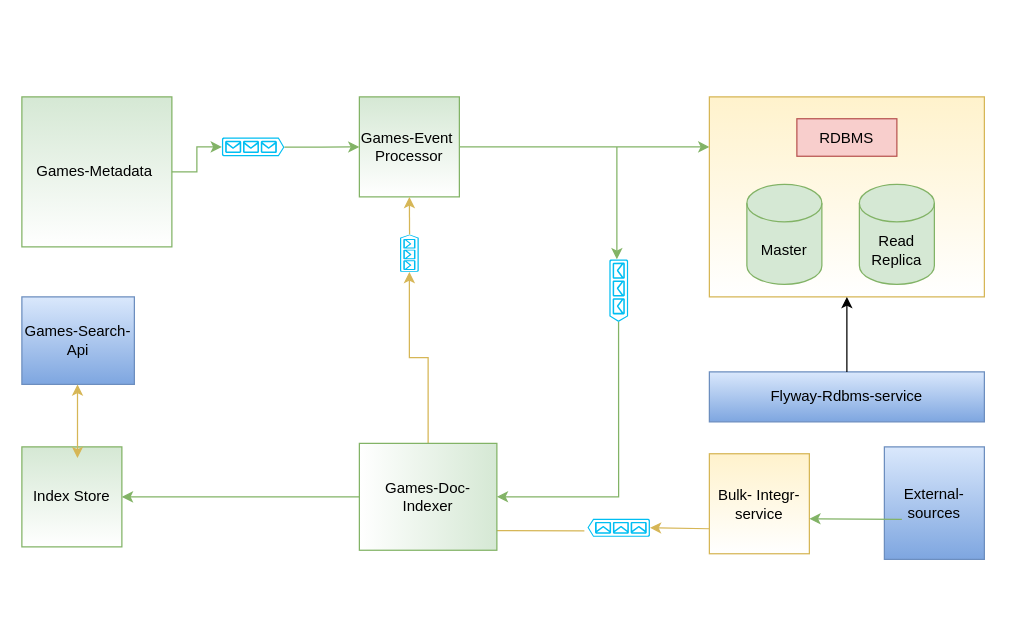
Before: src/main/resources/proposed_architecture/GamesDrawIO.drawio in sudharsanam2446/Games-Api, a draw.io diagram. Source tidied: cells renumbered, new cells numbered last; positions are measured from the earlier drawing's top-left corner, leaving out a move shared by most shapes. Both pictures are drawn from the tidied source at 125%, with x=0, y=0 at pixel (21, 96).
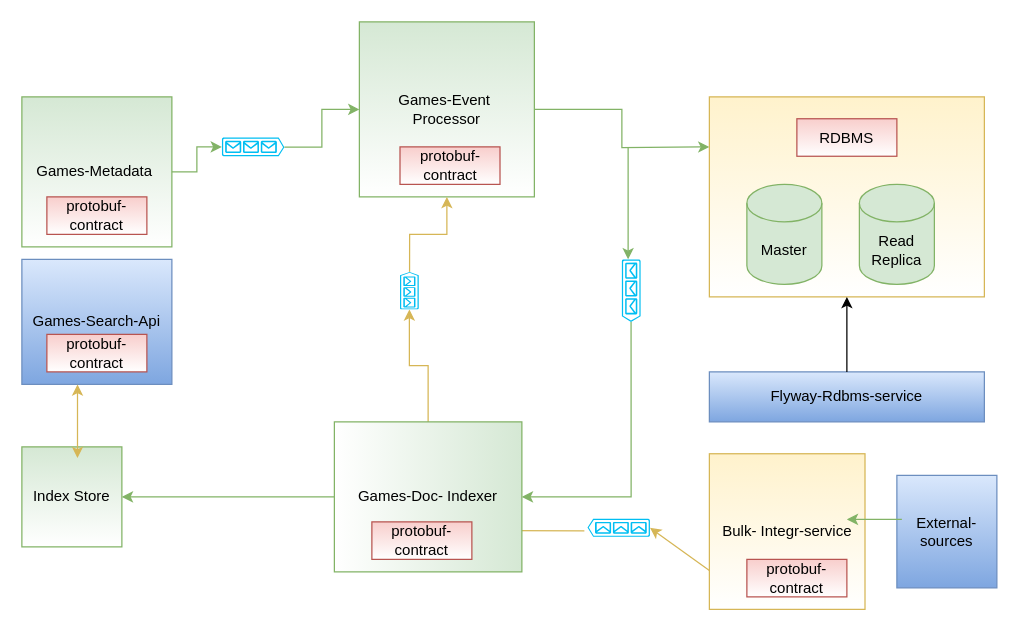
The same page after the edit.

Diff of the diagram source:
```diff
@@
     <mxCell id="5" value="Games-Event&amp;nbsp;&lt;br&gt;Processor" style="whiteSpace=wrap;html=1;fillColor=#d5e8d4;strokeColor=#82b366;gradientColor=#ffffff;" parent="1" vertex="1">
-      <mxGeometry x="270" width="80" height="80" as="geometry" />
+      <mxGeometry x="270" y="-60" width="140" height="140" as="geometry" />
     </mxCell>
@@
     <mxCell id="9" style="verticalLabelPosition=bottom;html=1;verticalAlign=top;align=center;strokeColor=none;fillColor=#00BEF2;shape=mxgraph.azure.queue_generic;direction=south;" parent="1" vertex="1">
-      <mxGeometry x="470" y="130" width="15" height="50" as="geometry" />
+      <mxGeometry x="480" y="130" width="15" height="50" as="geometry" />
     </mxCell>
     <mxCell id="10" style="endArrow=classic;html=1;fillColor=#d5e8d4;strokeColor=#82b366;" parent="1" edge="1">
-      <mxGeometry x="300" y="-80" as="geometry">
-        <mxPoint x="476" y="40" as="sourcePoint" />
-        <mxPoint x="476" y="130" as="targetPoint" />
+      <mxGeometry x="309" y="-80" as="geometry">
+        <mxPoint x="485" y="40" as="sourcePoint" />
+        <mxPoint x="485" y="130" as="targetPoint" />
       </mxGeometry>
     </mxCell>
@@
     <mxCell id="14" style="verticalLabelPosition=bottom;html=1;verticalAlign=top;align=center;strokeColor=none;fillColor=#00BEF2;shape=mxgraph.azure.queue_generic;direction=north;" parent="1" vertex="1">
-      <mxGeometry x="302.5" y="110" width="15" height="30" as="geometry" />
+      <mxGeometry x="302.5" y="140" width="15" height="30" as="geometry" />
     </mxCell>
@@
     <mxCell id="17" value="Games-Doc- Indexer" style="rounded=0;whiteSpace=wrap;html=1;direction=south;fillColor=#d5e8d4;strokeColor=#82b366;gradientColor=#ffffff;" parent="1" vertex="1">
-      <mxGeometry x="270" y="277.2" width="110" height="85.5" as="geometry" />
+      <mxGeometry x="250" y="260" width="150" height="120" as="geometry" />
     </mxCell>
     <mxCell id="18" value="Bulk- Integr-service" style="whiteSpace=wrap;html=1;fillColor=#fff2cc;strokeColor=#d6b656;gradientColor=#ffffff;" parent="1" vertex="1">
-      <mxGeometry x="550" y="285.5" width="80" height="80" as="geometry" />
+      <mxGeometry x="550" y="285.5" width="124.5" height="124.5" as="geometry" />
     </mxCell>
@@
-    <mxCell id="24" value="RDBMS" style="text;html=1;strokeColor=#b85450;fillColor=#f8cecc;align=center;verticalAlign=middle;whiteSpace=wrap;rounded=0;" parent="1" vertex="1">
+    <mxCell id="24" value="RDBMS" style="text;html=1;strokeColor=#b85450;fillColor=#f8cecc;align=center;verticalAlign=middle;whiteSpace=wrap;rounded=0;gradientColor=#ffffff;" parent="1" vertex="1">
       <mxGeometry x="620" y="17.5" width="80" height="30" as="geometry" />
     </mxCell>
     <mxCell id="25" value="Games-Search-Api" style="rounded=0;whiteSpace=wrap;html=1;gradientColor=#7ea6e0;fillColor=#dae8fc;strokeColor=#6c8ebf;" parent="1" vertex="1">
-      <mxGeometry y="160" width="90" height="70" as="geometry" />
+      <mxGeometry y="130" width="120" height="100" as="geometry" />
     </mxCell>
@@
     <mxCell id="27" value="External-sources" style="rounded=0;whiteSpace=wrap;html=1;gradientColor=#7ea6e0;fillColor=#dae8fc;strokeColor=#6c8ebf;" parent="1" vertex="1">
-      <mxGeometry x="690" y="280" width="80" height="90" as="geometry" />
+      <mxGeometry x="700" y="302.8" width="80" height="90" as="geometry" />
     </mxCell>
     <mxCell id="28" style="endArrow=classic;html=1;fillColor=#d5e8d4;strokeColor=#82b366;" parent="1" edge="1">
       <mxGeometry x="454" y="127.5" as="geometry">
         <mxPoint x="704" y="338" as="sourcePoint" />
-        <mxPoint x="630" y="337.5" as="targetPoint" />
+        <mxPoint x="660" y="338" as="targetPoint" />
       </mxGeometry>
     </mxCell>
@@
+    <mxCell id="31" value="protobuf-contract" style="text;html=1;strokeColor=#b85450;fillColor=#f8cecc;align=center;verticalAlign=middle;whiteSpace=wrap;rounded=0;gradientColor=#ffffff;" parent="1" vertex="1">
+      <mxGeometry x="20" y="80" width="80" height="30" as="geometry" />
+    </mxCell>
+    <mxCell id="32" value="protobuf-contract" style="text;html=1;strokeColor=#b85450;fillColor=#f8cecc;align=center;verticalAlign=middle;whiteSpace=wrap;rounded=0;gradientColor=#ffffff;" parent="1" vertex="1">
+      <mxGeometry x="20" y="190" width="80" height="30" as="geometry" />
+    </mxCell>
+    <mxCell id="33" value="protobuf-contract" style="text;html=1;strokeColor=#b85450;fillColor=#f8cecc;align=center;verticalAlign=middle;whiteSpace=wrap;rounded=0;gradientColor=#ffffff;" parent="1" vertex="1">
+      <mxGeometry x="302.5" y="40" width="80" height="30" as="geometry" />
+    </mxCell>
+    <mxCell id="34" value="protobuf-contract" style="text;html=1;strokeColor=#b85450;fillColor=#f8cecc;align=center;verticalAlign=middle;whiteSpace=wrap;rounded=0;gradientColor=#ffffff;" parent="1" vertex="1">
+      <mxGeometry x="280" y="340" width="80" height="30" as="geometry" />
+    </mxCell>
+    <mxCell id="35" value="protobuf-contract" style="text;html=1;strokeColor=#b85450;fillColor=#f8cecc;align=center;verticalAlign=middle;whiteSpace=wrap;rounded=0;gradientColor=#ffffff;" parent="1" vertex="1">
+      <mxGeometry x="580" y="370" width="80" height="30" as="geometry" />
+    </mxCell>
```
